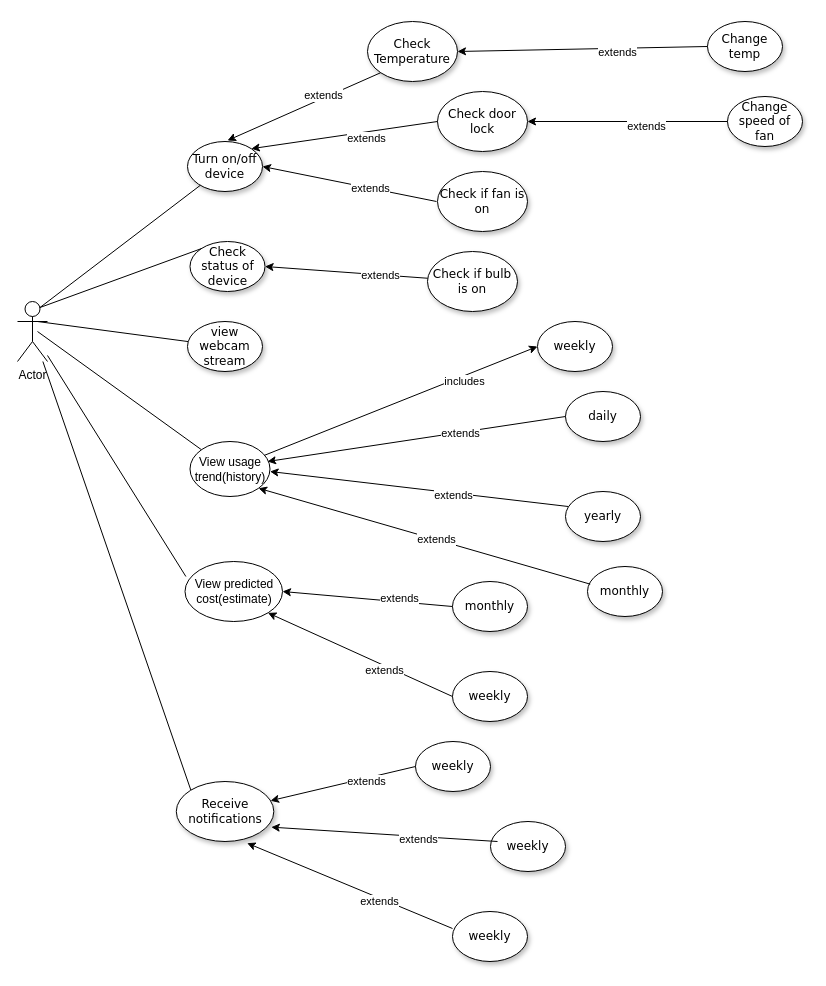
rsashna/networkDiagrams keeps this draw.io diagram as UseCaseDiag.drawio. Above is the earlier version. Source tidied: cells renumbered, new cells numbered last; positions are measured from the earlier drawing's top-left corner, leaving out a move shared by most shapes. Both pictures are drawn from the tidied source at 100%, with x=0, y=0 at pixel (17, 21).
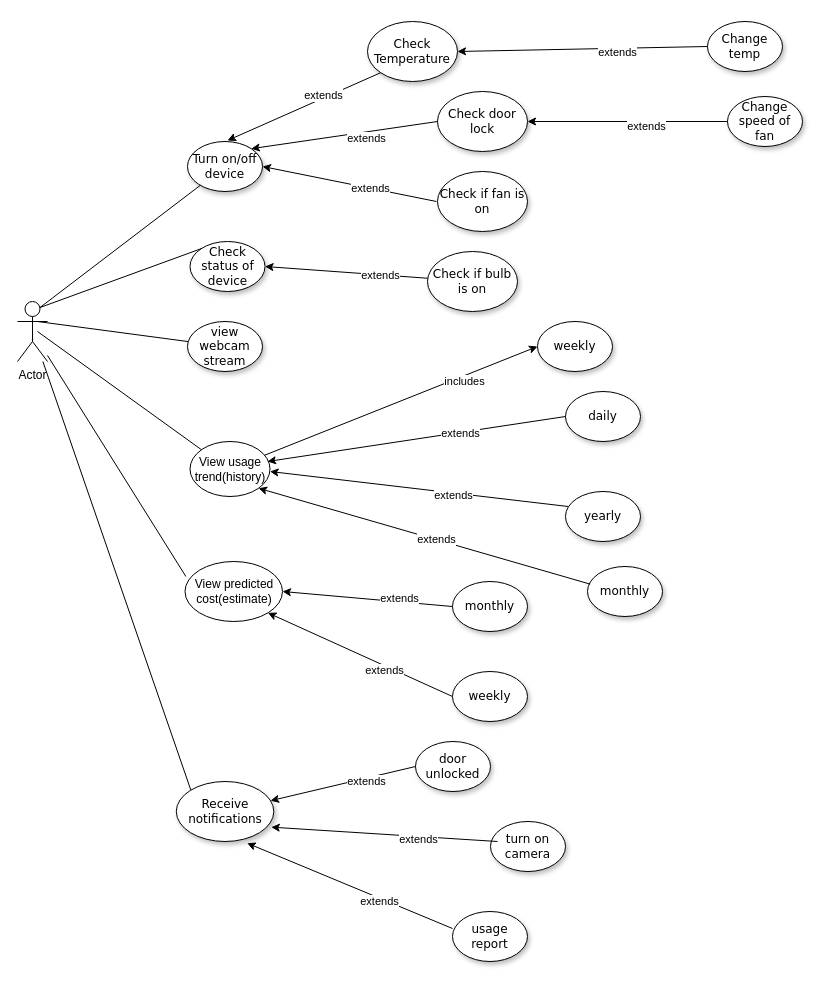
Above is the later version.

What changed in the source:
```diff
@@
-    <mxCell id="50" value="weekly" style="ellipse;whiteSpace=wrap;html=1;rounded=0;shadow=1;comic=0;labelBackgroundColor=none;strokeWidth=1;fontFamily=Verdana;fontSize=12;align=center;" parent="1" vertex="1">
+    <mxCell id="50" value="door unlocked" style="ellipse;whiteSpace=wrap;html=1;rounded=0;shadow=1;comic=0;labelBackgroundColor=none;strokeWidth=1;fontFamily=Verdana;fontSize=12;align=center;" parent="1" vertex="1">
       <mxGeometry x="398" y="720" width="75" height="50" as="geometry" />
     </mxCell>
-    <mxCell id="51" value="weekly" style="ellipse;whiteSpace=wrap;html=1;rounded=0;shadow=1;comic=0;labelBackgroundColor=none;strokeWidth=1;fontFamily=Verdana;fontSize=12;align=center;" parent="1" vertex="1">
+    <mxCell id="51" value="turn on camera" style="ellipse;whiteSpace=wrap;html=1;rounded=0;shadow=1;comic=0;labelBackgroundColor=none;strokeWidth=1;fontFamily=Verdana;fontSize=12;align=center;" parent="1" vertex="1">
       <mxGeometry x="473" y="800" width="75" height="50" as="geometry" />
     </mxCell>
-    <mxCell id="52" value="weekly" style="ellipse;whiteSpace=wrap;html=1;rounded=0;shadow=1;comic=0;labelBackgroundColor=none;strokeWidth=1;fontFamily=Verdana;fontSize=12;align=center;" parent="1" vertex="1">
+    <mxCell id="52" value="usage report" style="ellipse;whiteSpace=wrap;html=1;rounded=0;shadow=1;comic=0;labelBackgroundColor=none;strokeWidth=1;fontFamily=Verdana;fontSize=12;align=center;" parent="1" vertex="1">
       <mxGeometry x="435" y="890" width="75" height="50" as="geometry" />
     </mxCell>
```
